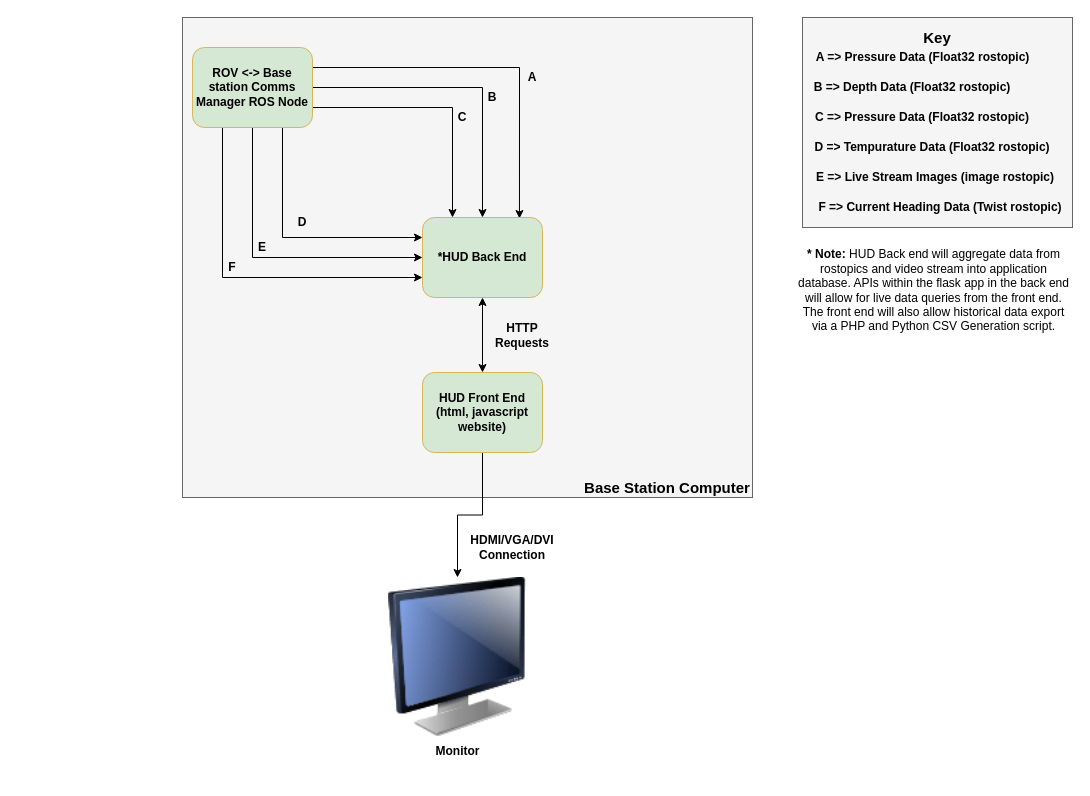
Before: docs/architecture/HUD_GUI_Manager.drawio in sherrardTr4129/RIT-MSD-Finger-Lakes-ROV, a draw.io diagram. Source tidied: cells renumbered, new cells numbered last; positions are measured from the earlier drawing's top-left corner, leaving out a move shared by most shapes. Both pictures are drawn from the tidied source at 100%, with x=0, y=0 at pixel (182, 17).
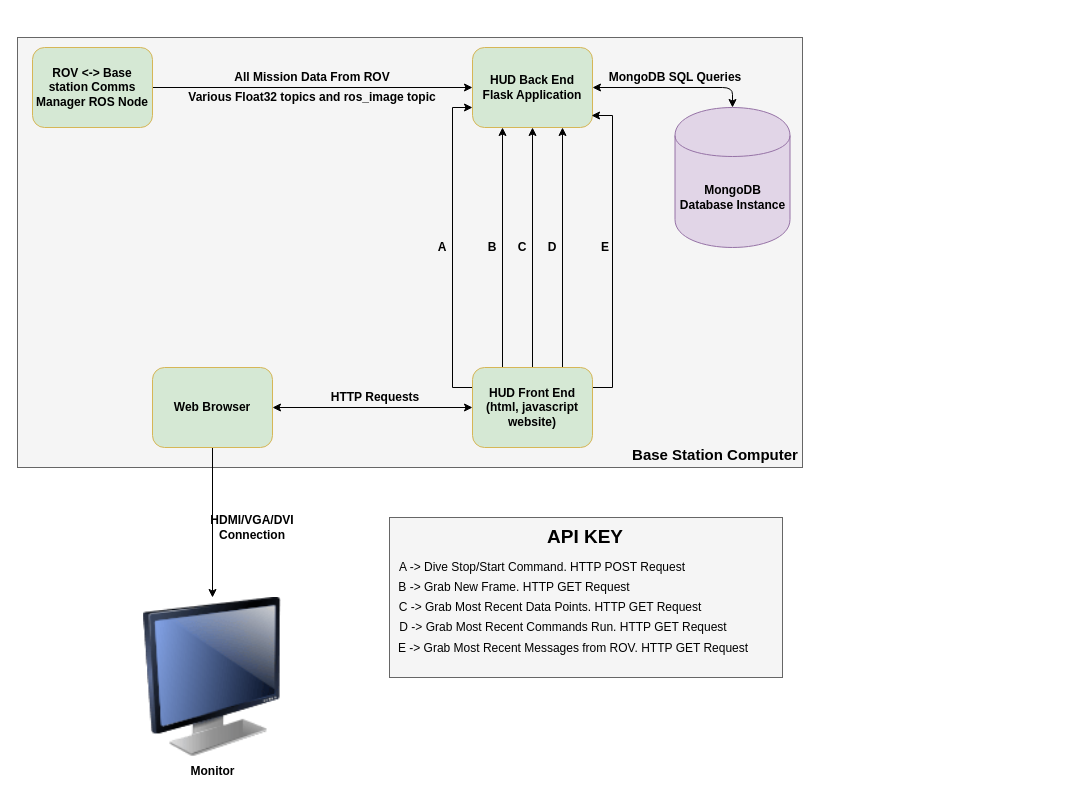
The same diagram, later.

Diff of the diagram source:
```diff
@@
-    <mxCell id="2" style="rounded=0;whiteSpace=wrap;html=1;fillColor=#f5f5f5;strokeColor=#666666;fontColor=#333333;" parent="1" vertex="1">
-      <mxGeometry x="620" width="270" height="210" as="geometry" />
-    </mxCell>
     <mxCell id="3" style="rounded=0;whiteSpace=wrap;html=1;fillColor=#f5f5f5;strokeColor=#666666;fontColor=#333333;" parent="1" vertex="1">
-      <mxGeometry width="570" height="480" as="geometry" />
+      <mxGeometry x="-165" y="20" width="785" height="430" as="geometry" />
     </mxCell>
     <mxCell id="4" value="Base Station Computer" style="text;html=1;strokeColor=none;fillColor=none;align=center;verticalAlign=middle;whiteSpace=wrap;rounded=0;fontStyle=1;fontSize=15;" parent="1" vertex="1">
-      <mxGeometry x="400" y="460" width="170" height="20" as="geometry" />
+      <mxGeometry x="448" y="427" width="170" height="20" as="geometry" />
     </mxCell>
-    <mxCell id="5" style="edgeStyle=orthogonalEdgeStyle;rounded=0;jettySize=auto;html=1;exitX=1;exitY=0.25;exitDx=0;exitDy=0;entryX=0.808;entryY=0.013;entryDx=0;entryDy=0;entryPerimeter=0;" parent="1" edge="1" source="11" target="12">
-      <mxGeometry relative="1" as="geometry" />
-    </mxCell>
-    <mxCell id="6" style="edgeStyle=orthogonalEdgeStyle;rounded=0;jettySize=auto;html=1;exitX=1;exitY=0.5;exitDx=0;exitDy=0;" parent="1" edge="1" source="11" target="12">
-      <mxGeometry relative="1" as="geometry" />
-    </mxCell>
-    <mxCell id="7" style="edgeStyle=orthogonalEdgeStyle;rounded=0;jettySize=auto;html=1;exitX=1;exitY=0.75;exitDx=0;exitDy=0;entryX=0.25;entryY=0;entryDx=0;entryDy=0;" parent="1" edge="1" source="11" target="12">
-      <mxGeometry relative="1" as="geometry" />
-    </mxCell>
-    <mxCell id="8" style="edgeStyle=orthogonalEdgeStyle;rounded=0;jettySize=auto;html=1;exitX=0.75;exitY=1;exitDx=0;exitDy=0;entryX=0;entryY=0.25;entryDx=0;entryDy=0;" parent="1" edge="1" source="11" target="12">
-      <mxGeometry relative="1" as="geometry" />
-    </mxCell>
-    <mxCell id="9" style="edgeStyle=orthogonalEdgeStyle;rounded=0;jettySize=auto;html=1;exitX=0.5;exitY=1;exitDx=0;exitDy=0;entryX=0;entryY=0.5;entryDx=0;entryDy=0;" parent="1" edge="1" source="11" target="12">
-      <mxGeometry relative="1" as="geometry" />
-    </mxCell>
-    <mxCell id="10" style="edgeStyle=orthogonalEdgeStyle;rounded=0;jettySize=auto;html=1;exitX=0.25;exitY=1;exitDx=0;exitDy=0;entryX=0;entryY=0.75;entryDx=0;entryDy=0;" parent="1" edge="1" source="11" target="12">
-      <mxGeometry relative="1" as="geometry" />
-    </mxCell>
+    <mxCell id="33" style="edgeStyle=orthogonalEdgeStyle;rounded=0;jettySize=auto;html=1;exitX=1;exitY=0.5;exitDx=0;exitDy=0;entryX=0;entryY=0.5;entryDx=0;entryDy=0;" parent="1" edge="1" source="11" target="12">
+      <mxGeometry relative="1" as="geometry" />
+    </mxCell>
     <mxCell id="11" value="ROV &amp;lt;-&amp;gt; Base station Comms Manager ROS Node" style="rounded=1;whiteSpace=wrap;html=1;fillColor=#D5E8D4;strokeColor=#d6b656;fontStyle=1;" parent="1" vertex="1">
-      <mxGeometry x="10" y="30" width="120" height="80" as="geometry" />
+      <mxGeometry x="-150" y="30" width="120" height="80" as="geometry" />
     </mxCell>
-    <mxCell id="12" value="*HUD Back End" style="rounded=1;whiteSpace=wrap;html=1;fillColor=#D5E8D4;strokeColor=#d6b656;fontStyle=1;" parent="1" vertex="1">
-      <mxGeometry x="240" y="200" width="120" height="80" as="geometry" />
+    <mxCell id="12" value="HUD Back End Flask Application" style="rounded=1;whiteSpace=wrap;html=1;fillColor=#D5E8D4;strokeColor=#d6b656;fontStyle=1;" parent="1" vertex="1">
+      <mxGeometry x="290" y="30" width="120" height="80" as="geometry" />
     </mxCell>
+    <mxCell id="20" value="&lt;b&gt;Monitor&lt;/b&gt;" style="image;html=1;labelBackgroundColor=#ffffff;image=img/lib/clip_art/computers/Monitor_128x128.png;" parent="1" vertex="1">
+      <mxGeometry x="-55" y="580" width="170" height="160" as="geometry" />
+    </mxCell>
+    <mxCell id="34" style="edgeStyle=orthogonalEdgeStyle;rounded=0;jettySize=auto;html=1;exitX=0.25;exitY=0;exitDx=0;exitDy=0;entryX=0.25;entryY=1;entryDx=0;entryDy=0;" parent="1" edge="1" source="22" target="12">
+      <mxGeometry relative="1" as="geometry" />
+    </mxCell>
+    <mxCell id="35" style="edgeStyle=orthogonalEdgeStyle;rounded=0;jettySize=auto;html=1;exitX=0.75;exitY=0;exitDx=0;exitDy=0;entryX=0.75;entryY=1;entryDx=0;entryDy=0;" parent="1" edge="1" source="22" target="12">
+      <mxGeometry relative="1" as="geometry" />
+    </mxCell>
+    <mxCell id="36" style="edgeStyle=orthogonalEdgeStyle;rounded=0;jettySize=auto;html=1;exitX=0.5;exitY=0;exitDx=0;exitDy=0;" parent="1" edge="1" source="22" target="12">
+      <mxGeometry relative="1" as="geometry" />
+    </mxCell>
+    <mxCell id="37" style="edgeStyle=orthogonalEdgeStyle;rounded=0;jettySize=auto;html=1;exitX=1;exitY=0.25;exitDx=0;exitDy=0;entryX=0.992;entryY=0.85;entryDx=0;entryDy=0;entryPerimeter=0;" parent="1" edge="1" source="22" target="12">
+      <mxGeometry relative="1" as="geometry" />
+    </mxCell>
+    <mxCell id="38" style="edgeStyle=orthogonalEdgeStyle;rounded=0;jettySize=auto;html=1;exitX=0;exitY=0.25;exitDx=0;exitDy=0;entryX=0;entryY=0.75;entryDx=0;entryDy=0;" parent="1" edge="1" source="22" target="12">
+      <mxGeometry relative="1" as="geometry" />
+    </mxCell>
+    <mxCell id="22" value="HUD Front End (html, javascript website)" style="rounded=1;whiteSpace=wrap;html=1;fillColor=#D5E8D4;strokeColor=#d6b656;fontStyle=1;" parent="1" vertex="1">
+      <mxGeometry x="290" y="350" width="120" height="80" as="geometry" />
+    </mxCell>
+    <mxCell id="23" value="HDMI/VGA/DVI Connection" style="text;html=1;strokeColor=none;fillColor=none;align=center;verticalAlign=middle;whiteSpace=wrap;rounded=0;fontStyle=1;" parent="1" vertex="1">
+      <mxGeometry x="50" y="500" width="40" height="20" as="geometry" />
+    </mxCell>
+    <mxCell id="39" value="All Mission Data From ROV" style="text;html=1;strokeColor=none;fillColor=none;align=center;verticalAlign=middle;whiteSpace=wrap;rounded=0;fontStyle=1;" parent="1" vertex="1">
+      <mxGeometry x="35" y="50" width="190" height="20" as="geometry" />
+    </mxCell>
+    <mxCell id="40" value="Various Float32 topics and ros_image topic" style="text;html=1;strokeColor=none;fillColor=none;align=center;verticalAlign=middle;whiteSpace=wrap;rounded=0;fontStyle=1;" parent="1" vertex="1">
+      <mxGeometry x="-50" y="70" width="360" height="20" as="geometry" />
+    </mxCell>
+    <mxCell id="41" value="MongoDB Database Instance" style="shape=cylinder;whiteSpace=wrap;html=1;boundedLbl=1;backgroundOutline=1;fontStyle=1;fillColor=#e1d5e7;strokeColor=#9673a6;" parent="1" vertex="1">
+      <mxGeometry x="492.5" y="90" width="115" height="140" as="geometry" />
+    </mxCell>
+    <mxCell id="42" value="MongoDB SQL Queries" style="text;html=1;strokeColor=none;fillColor=none;align=center;verticalAlign=middle;whiteSpace=wrap;rounded=0;fontStyle=1;" parent="1" vertex="1">
+      <mxGeometry x="422.5" y="50" width="140" height="20" as="geometry" />
+    </mxCell>
+    <mxCell id="43" style="endArrow=classic;startArrow=classic;html=1;exitX=1;exitY=0.5;exitDx=0;exitDy=0;entryX=0.5;entryY=0;entryDx=0;entryDy=0;" parent="1" edge="1" source="12" target="41">
+      <mxGeometry relative="1" as="geometry">
+        <Array as="points">
+          <mxPoint x="550" y="70" />
+        </Array>
+      </mxGeometry>
+    </mxCell>
+    <mxCell id="44" style="edgeStyle=orthogonalEdgeStyle;rounded=0;jettySize=auto;html=1;exitX=0.5;exitY=1;exitDx=0;exitDy=0;" parent="1" edge="1" source="45" target="20">
+      <mxGeometry relative="1" as="geometry" />
+    </mxCell>
+    <mxCell id="45" value="Web Browser" style="rounded=1;whiteSpace=wrap;html=1;fillColor=#D5E8D4;strokeColor=#d6b656;fontStyle=1;" parent="1" vertex="1">
+      <mxGeometry x="-30" y="350" width="120" height="80" as="geometry" />
+    </mxCell>
+    <mxCell id="46" style="endArrow=classic;startArrow=classic;html=1;exitX=1;exitY=0.5;exitDx=0;exitDy=0;entryX=0;entryY=0.5;entryDx=0;entryDy=0;" parent="1" edge="1" source="45" target="22">
+      <mxGeometry relative="1" as="geometry" />
+    </mxCell>
+    <mxCell id="31" value="HTTP Requests" style="text;html=1;strokeColor=none;fillColor=none;align=center;verticalAlign=middle;whiteSpace=wrap;rounded=0;fontStyle=1;" parent="1" vertex="1">
+      <mxGeometry x="143" y="370" width="100" height="20" as="geometry" />
+    </mxCell>
-    <mxCell id="13" value="&lt;b&gt;A&lt;/b&gt;" style="text;html=1;strokeColor=none;fillColor=none;align=center;verticalAlign=middle;whiteSpace=wrap;rounded=0;" parent="1" vertex="1">
-      <mxGeometry x="330" y="50" width="40" height="20" as="geometry" />
+    <mxCell id="13" value="A" style="text;html=1;strokeColor=none;fillColor=none;align=center;verticalAlign=middle;whiteSpace=wrap;rounded=0;fontStyle=1;" parent="1" vertex="1">
+      <mxGeometry x="240" y="220" width="40" height="20" as="geometry" />
     </mxCell>
-    <mxCell id="14" value="&lt;b&gt;B&lt;/b&gt;" style="text;html=1;strokeColor=none;fillColor=none;align=center;verticalAlign=middle;whiteSpace=wrap;rounded=0;" parent="1" vertex="1">
-      <mxGeometry x="290" y="70" width="40" height="20" as="geometry" />
+    <mxCell id="14" value="B" style="text;html=1;strokeColor=none;fillColor=none;align=center;verticalAlign=middle;whiteSpace=wrap;rounded=0;fontStyle=1;" parent="1" vertex="1">
+      <mxGeometry x="290" y="220" width="40" height="20" as="geometry" />
     </mxCell>
-    <mxCell id="15" value="&lt;b&gt;C&lt;/b&gt;" style="text;html=1;strokeColor=none;fillColor=none;align=center;verticalAlign=middle;whiteSpace=wrap;rounded=0;" parent="1" vertex="1">
-      <mxGeometry x="260" y="90" width="40" height="20" as="geometry" />
+    <mxCell id="15" value="C" style="text;html=1;strokeColor=none;fillColor=none;align=center;verticalAlign=middle;whiteSpace=wrap;rounded=0;fontStyle=1;" parent="1" vertex="1">
+      <mxGeometry x="320" y="220" width="40" height="20" as="geometry" />
     </mxCell>
-    <mxCell id="16" value="&lt;b&gt;F&lt;/b&gt;" style="text;html=1;strokeColor=none;fillColor=none;align=center;verticalAlign=middle;whiteSpace=wrap;rounded=0;" parent="1" vertex="1">
-      <mxGeometry x="30" y="240" width="40" height="20" as="geometry" />
-    </mxCell>
+    <mxCell id="18" value="D" style="text;html=1;strokeColor=none;fillColor=none;align=center;verticalAlign=middle;whiteSpace=wrap;rounded=0;fontStyle=1;" parent="1" vertex="1">
+      <mxGeometry x="350" y="220" width="40" height="20" as="geometry" />
+    </mxCell>
-    <mxCell id="17" value="&lt;b&gt;E&lt;/b&gt;" style="text;html=1;strokeColor=none;fillColor=none;align=center;verticalAlign=middle;whiteSpace=wrap;rounded=0;" parent="1" vertex="1">
-      <mxGeometry x="60" y="220" width="40" height="20" as="geometry" />
+    <mxCell id="17" value="E" style="text;html=1;strokeColor=none;fillColor=none;align=center;verticalAlign=middle;whiteSpace=wrap;rounded=0;fontStyle=1;" parent="1" vertex="1">
+      <mxGeometry x="402.5" y="220" width="40" height="20" as="geometry" />
     </mxCell>
-    <mxCell id="18" value="&lt;b&gt;D&lt;/b&gt;" style="text;html=1;strokeColor=none;fillColor=none;align=center;verticalAlign=middle;whiteSpace=wrap;rounded=0;" parent="1" vertex="1">
-      <mxGeometry x="100" y="195" width="40" height="20" as="geometry" />
-    </mxCell>
-    <mxCell id="19" value="&lt;b style=&quot;font-size: 15px&quot;&gt;Key&lt;/b&gt;" style="text;html=1;strokeColor=none;fillColor=none;align=center;verticalAlign=middle;whiteSpace=wrap;rounded=0;" parent="1" vertex="1">
-      <mxGeometry x="735" y="10" width="40" height="20" as="geometry" />
-    </mxCell>
-    <mxCell id="20" value="&lt;b&gt;Monitor&lt;/b&gt;" style="image;html=1;labelBackgroundColor=#ffffff;image=img/lib/clip_art/computers/Monitor_128x128.png;" parent="1" vertex="1">
-      <mxGeometry x="190" y="560" width="170" height="160" as="geometry" />
-    </mxCell>
-    <mxCell id="21" style="edgeStyle=orthogonalEdgeStyle;rounded=0;jettySize=auto;html=1;exitX=0.5;exitY=1;exitDx=0;exitDy=0;" parent="1" edge="1" source="22" target="20">
-      <mxGeometry relative="1" as="geometry" />
-    </mxCell>
-    <mxCell id="22" value="HUD Front End (html, javascript website)" style="rounded=1;whiteSpace=wrap;html=1;fillColor=#D5E8D4;strokeColor=#d6b656;fontStyle=1;" parent="1" vertex="1">
-      <mxGeometry x="240" y="355" width="120" height="80" as="geometry" />
-    </mxCell>
-    <mxCell id="23" value="HDMI/VGA/DVI Connection" style="text;html=1;strokeColor=none;fillColor=none;align=center;verticalAlign=middle;whiteSpace=wrap;rounded=0;fontStyle=1;" parent="1" vertex="1">
-      <mxGeometry x="310" y="520" width="40" height="20" as="geometry" />
-    </mxCell>
-    <mxCell id="24" value="&lt;b&gt;A =&amp;gt; Pressure Data (Float32 rostopic)&lt;/b&gt;" style="text;html=1;strokeColor=none;fillColor=none;align=center;verticalAlign=middle;whiteSpace=wrap;rounded=0;" parent="1" vertex="1">
-      <mxGeometry x="617.5" y="30" width="245" height="20" as="geometry" />
-    </mxCell>
-    <mxCell id="25" value="&lt;b&gt;B =&amp;gt; Depth Data (Float32 rostopic)&lt;/b&gt;" style="text;html=1;strokeColor=none;fillColor=none;align=center;verticalAlign=middle;whiteSpace=wrap;rounded=0;" parent="1" vertex="1">
-      <mxGeometry x="620" y="60" width="220" height="20" as="geometry" />
-    </mxCell>
-    <mxCell id="26" value="&lt;b&gt;C =&amp;gt; Pressure Data (Float32 rostopic)&lt;/b&gt;" style="text;html=1;strokeColor=none;fillColor=none;align=center;verticalAlign=middle;whiteSpace=wrap;rounded=0;" parent="1" vertex="1">
-      <mxGeometry x="625" y="90" width="230" height="20" as="geometry" />
-    </mxCell>
-    <mxCell id="27" value="&lt;b&gt;D =&amp;gt; Tempurature Data (Float32 rostopic)&lt;/b&gt;" style="text;html=1;strokeColor=none;fillColor=none;align=center;verticalAlign=middle;whiteSpace=wrap;rounded=0;" parent="1" vertex="1">
-      <mxGeometry x="625" y="120" width="250" height="20" as="geometry" />
-    </mxCell>
-    <mxCell id="28" value="&lt;b&gt;E =&amp;gt; Live Stream Images (image rostopic)&lt;/b&gt;" style="text;html=1;strokeColor=none;fillColor=none;align=center;verticalAlign=middle;whiteSpace=wrap;rounded=0;" parent="1" vertex="1">
-      <mxGeometry x="618" y="150" width="270" height="20" as="geometry" />
-    </mxCell>
-    <mxCell id="29" value="&lt;b&gt;F =&amp;gt; Current Heading Data (Twist rostopic)&lt;/b&gt;" style="text;html=1;strokeColor=none;fillColor=none;align=center;verticalAlign=middle;whiteSpace=wrap;rounded=0;" parent="1" vertex="1">
-      <mxGeometry x="628" y="180" width="260" height="20" as="geometry" />
-    </mxCell>
-    <mxCell id="30" value="&lt;b&gt;* Note:&lt;/b&gt; HUD Back end will aggregate data from rostopics and video stream into application database. APIs within the flask app in the back end will allow for live data queries from the front end. The front end will also allow historical data export via a PHP and Python CSV Generation script." style="text;html=1;strokeColor=none;fillColor=none;align=center;verticalAlign=middle;whiteSpace=wrap;rounded=0;" parent="1" vertex="1">
-      <mxGeometry x="613.5" y="237.5" width="275" height="70" as="geometry" />
-    </mxCell>
-    <mxCell id="31" value="HTTP Requests" style="text;html=1;strokeColor=none;fillColor=none;align=center;verticalAlign=middle;whiteSpace=wrap;rounded=0;fontStyle=1;" parent="1" vertex="1">
-      <mxGeometry x="320" y="307.5" width="40" height="20" as="geometry" />
-    </mxCell>
-    <mxCell id="32" style="endArrow=classic;startArrow=classic;html=1;entryX=0.5;entryY=1;entryDx=0;entryDy=0;exitX=0.5;exitY=0;exitDx=0;exitDy=0;" parent="1" edge="1" source="22" target="12">
-      <mxGeometry relative="1" as="geometry" />
-    </mxCell>
+    <mxCell id="47" style="rounded=0;whiteSpace=wrap;html=1;fillColor=#f5f5f5;strokeColor=#666666;fontColor=#333333;" parent="1" vertex="1">
+      <mxGeometry x="207" y="500" width="393" height="160" as="geometry" />
+    </mxCell>
+    <mxCell id="48" value="&lt;b style=&quot;font-size: 19px;&quot;&gt;API KEY&lt;/b&gt;" style="text;html=1;strokeColor=none;fillColor=none;align=center;verticalAlign=middle;whiteSpace=wrap;rounded=0;fontSize=19;" parent="1" vertex="1">
+      <mxGeometry x="358.5" y="510" width="88" height="20" as="geometry" />
+    </mxCell>
+    <mxCell id="49" value="A -&amp;gt; Dive Stop/Start Command. HTTP POST Request" style="text;html=1;strokeColor=none;fillColor=none;align=center;verticalAlign=middle;whiteSpace=wrap;rounded=0;" parent="1" vertex="1">
+      <mxGeometry x="199" y="540" width="322" height="20" as="geometry" />
+    </mxCell>
+    <mxCell id="50" value="B -&amp;gt; Grab New Frame. HTTP GET Request" style="text;html=1;strokeColor=none;fillColor=none;align=center;verticalAlign=middle;whiteSpace=wrap;rounded=0;" parent="1" vertex="1">
+      <mxGeometry x="170.5" y="560" width="322" height="20" as="geometry" />
+    </mxCell>
+    <mxCell id="51" value="C -&amp;gt; Grab Most Recent Data Points. HTTP GET Request" style="text;html=1;strokeColor=none;fillColor=none;align=center;verticalAlign=middle;whiteSpace=wrap;rounded=0;" parent="1" vertex="1">
+      <mxGeometry x="206.5" y="580" width="322" height="20" as="geometry" />
+    </mxCell>
+    <mxCell id="52" value="D -&amp;gt; Grab Most Recent Commands Run. HTTP GET Request" style="text;html=1;strokeColor=none;fillColor=none;align=center;verticalAlign=middle;whiteSpace=wrap;rounded=0;" parent="1" vertex="1">
+      <mxGeometry x="214" y="600" width="334" height="20" as="geometry" />
+    </mxCell>
+    <mxCell id="53" value="E -&amp;gt; Grab Most Recent Messages from ROV. HTTP GET Request" style="text;html=1;strokeColor=none;fillColor=none;align=center;verticalAlign=middle;whiteSpace=wrap;rounded=0;" parent="1" vertex="1">
+      <mxGeometry x="208" y="621" width="366" height="20" as="geometry" />
+    </mxCell>
```
